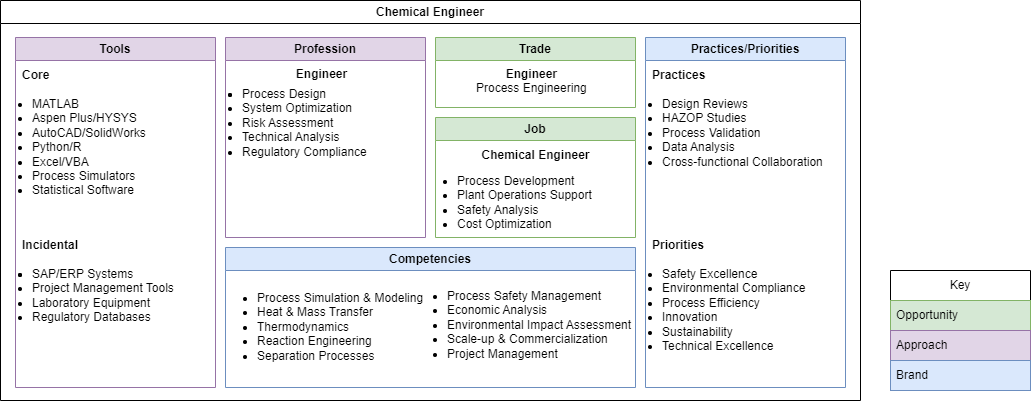
Before: images/careerstop-chemist.drawio.png, a diagram exported from draw.io (pgaljan/pgaljan.github.io). Source tidied: cells renumbered, new cells last; positions are measured from the earlier drawing's top-left corner, leaving out a move shared by most shapes.
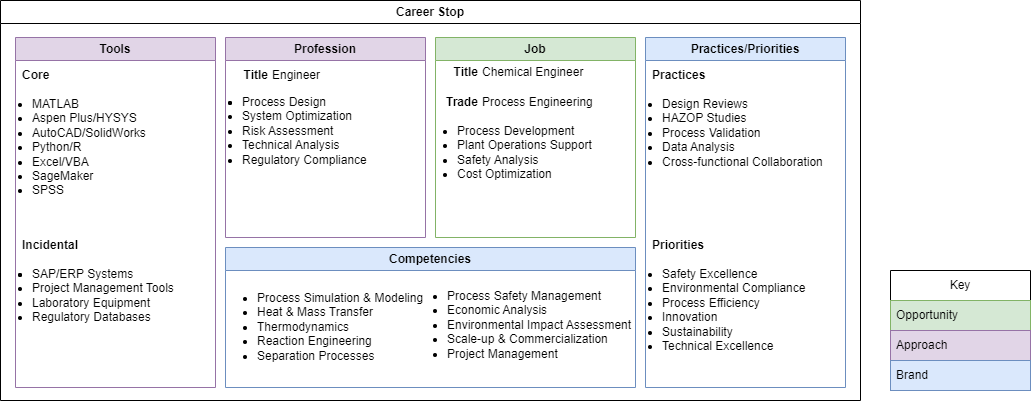
The same file after the commit.

Diff of the diagram source:
```diff
@@ -1,11 +1,11 @@
 <mxGraphModel>
   <root>
-    <mxCell id="0" />
-    <mxCell id="1" parent="0" />
-    <mxCell id="2" value="Chemical Engineer" style="swimlane;whiteSpace=wrap;html=1;" parent="1" vertex="1">
-      <mxGeometry width="860" height="400" as="geometry" />
-    </mxCell>
+    <mxCell id="28" />
+    <mxCell id="29" parent="28" />
+    <mxCell id="30" value="Career Stop" style="swimlane;whiteSpace=wrap;html=1;" parent="29" vertex="1">
+      <mxGeometry width="860" height="400" as="geometry" />
+    </mxCell>
-    <mxCell id="3" value="Tools" style="swimlane;whiteSpace=wrap;html=1;fillColor=#e1d5e7;strokeColor=#9673a6;" parent="2" vertex="1">
+    <mxCell id="3" value="Tools" style="swimlane;whiteSpace=wrap;html=1;fillColor=#e1d5e7;strokeColor=#9673a6;" parent="30" vertex="1">
       <mxGeometry x="15" y="37" width="200" height="350" as="geometry" />
     </mxCell>
     <mxCell id="4" value="Core" style="text;html=1;align=left;verticalAlign=middle;whiteSpace=wrap;rounded=0;fontStyle=1;" parent="3" vertex="1">
@@ -14,22 +14,10 @@
     <mxCell id="5" value="Incidental" style="text;html=1;align=left;verticalAlign=middle;whiteSpace=wrap;rounded=0;fontStyle=1;" parent="3" vertex="1">
       <mxGeometry x="5" y="193" width="60" height="30" as="geometry" />
     </mxCell>
-    <mxCell id="6" value="&lt;ul style=&quot;padding-left: 10px; margin-top: 0px; margin-bottom: 0px;&quot;&gt;&lt;li&gt;&lt;span style=&quot;background-color: initial;&quot;&gt;MATLAB&lt;/span&gt;&lt;br&gt;&lt;/li&gt;&lt;li&gt;Aspen Plus/HYSYS&lt;/li&gt;&lt;li&gt;AutoCAD/SolidWorks&lt;/li&gt;&lt;li&gt;Python/R&lt;/li&gt;&lt;li&gt;Excel/VBA&lt;/li&gt;&lt;li&gt;Process Simulators&lt;/li&gt;&lt;li&gt;Statistical Software&lt;br&gt;&lt;/li&gt;&lt;/ul&gt;" style="text;html=1;align=left;verticalAlign=top;whiteSpace=wrap;rounded=0;" parent="3" vertex="1">
-      <mxGeometry x="5" y="53" width="190" height="117" as="geometry" />
-    </mxCell>
-    <mxCell id="7" value="&lt;ul style=&quot;padding-left: 10px; margin-top: 0px; margin-bottom: 0px;&quot;&gt;&lt;li&gt;&lt;li&gt;SAP/ERP Systems&lt;/li&gt;&lt;li&gt;Project Management Tools&lt;/li&gt;&lt;li&gt;Laboratory Equipment&lt;/li&gt;&lt;li&gt;Regulatory Databases&lt;/li&gt;&lt;/li&gt;&lt;/ul&gt;" style="text;html=1;align=left;verticalAlign=top;whiteSpace=wrap;rounded=0;" parent="3" vertex="1">
-      <mxGeometry x="5" y="223" width="190" height="117" as="geometry" />
-    </mxCell>
-    <mxCell id="8" value="Competencies" style="swimlane;whiteSpace=wrap;html=1;fillColor=#dae8fc;strokeColor=#6c8ebf;" parent="2" vertex="1">
+    <mxCell id="8" value="Competencies" style="swimlane;whiteSpace=wrap;html=1;fillColor=#dae8fc;strokeColor=#6c8ebf;" parent="30" vertex="1">
       <mxGeometry x="225" y="247" width="410" height="140" as="geometry" />
     </mxCell>
-    <mxCell id="9" value="&lt;ul style=&quot;padding-left: 10px; margin-top: 0px; margin-bottom: 0px;&quot;&gt;&lt;li&gt;&lt;span style=&quot;background-color: initial;&quot;&gt;Process Simulation &amp;amp; Modeling&lt;/span&gt;&lt;br&gt;&lt;/li&gt;&lt;li&gt;Heat &amp;amp; Mass Transfer&lt;/li&gt;&lt;li&gt;Thermodynamics&lt;/li&gt;&lt;li&gt;Reaction Engineering&lt;/li&gt;&lt;li&gt;Separation Processes&lt;/li&gt;&lt;/ul&gt;" style="text;html=1;align=left;verticalAlign=top;whiteSpace=wrap;rounded=0;" parent="8" vertex="1">
-      <mxGeometry x="20" y="36.5" width="190" height="70" as="geometry" />
-    </mxCell>
-    <mxCell id="10" value="&lt;ul style=&quot;padding-left: 10px; margin-top: 0px; margin-bottom: 0px;&quot;&gt;&lt;li&gt;&lt;span style=&quot;background-color: initial;&quot;&gt;Process Safety Management&lt;/span&gt;&lt;br&gt;&lt;/li&gt;&lt;li&gt;Economic Analysis&lt;/li&gt;&lt;li&gt;Environmental Impact Assessment&lt;/li&gt;&lt;li&gt;Scale-up &amp;amp; Commercialization&lt;/li&gt;&lt;li&gt;Project Management&lt;/li&gt;&lt;/ul&gt;" style="text;html=1;align=left;verticalAlign=top;whiteSpace=wrap;rounded=0;" parent="8" vertex="1">
-      <mxGeometry x="210" y="35" width="200" height="70" as="geometry" />
-    </mxCell>
-    <mxCell id="11" value="Practices/Priorities" style="swimlane;whiteSpace=wrap;html=1;fillColor=#dae8fc;strokeColor=#6c8ebf;" parent="2" vertex="1">
+    <mxCell id="11" value="Practices/Priorities" style="swimlane;whiteSpace=wrap;html=1;fillColor=#dae8fc;strokeColor=#6c8ebf;" parent="30" vertex="1">
       <mxGeometry x="645" y="37" width="200" height="350" as="geometry" />
     </mxCell>
     <mxCell id="12" value="Practices" style="text;html=1;align=left;verticalAlign=middle;whiteSpace=wrap;rounded=0;fontStyle=1;" parent="11" vertex="1">
@@ -38,37 +26,55 @@
     <mxCell id="13" value="Priorities" style="text;html=1;align=left;verticalAlign=middle;whiteSpace=wrap;rounded=0;fontStyle=1;" parent="11" vertex="1">
       <mxGeometry x="5" y="193" width="60" height="30" as="geometry" />
     </mxCell>
+    <mxCell id="16" value="Profession" style="swimlane;whiteSpace=wrap;html=1;fillColor=#e1d5e7;strokeColor=#9673a6;" parent="30" vertex="1">
+      <mxGeometry x="225" y="37" width="200" height="200" as="geometry" />
+    </mxCell>
+    <mxCell id="31" value="Title" style="text;html=1;align=right;verticalAlign=middle;whiteSpace=wrap;rounded=0;fontStyle=1;" parent="16" vertex="1">
+      <mxGeometry x="5" y="23" width="40" height="30" as="geometry" />
+    </mxCell>
+    <mxCell id="17" value="&lt;ul style=&quot;padding-left: 10px; margin-top: 0px; margin-bottom: 0px;&quot;&gt;&lt;li&gt;&lt;li&gt;Process Design&lt;/li&gt;&lt;li&gt;System Optimization&lt;/li&gt;&lt;li&gt;Risk Assessment&lt;/li&gt;&lt;li&gt;Technical Analysis&lt;/li&gt;&lt;li&gt;Regulatory Compliance&lt;/li&gt;&lt;/li&gt;&lt;/ul&gt;" style="text;html=1;align=left;verticalAlign=top;whiteSpace=wrap;rounded=0;" parent="16" vertex="1">
+      <mxGeometry x="5" y="50.5" width="190" height="87" as="geometry" />
+    </mxCell>
+    <mxCell id="18" value="Engineer" style="text;html=1;align=left;verticalAlign=middle;whiteSpace=wrap;rounded=0;fontStyle=0;" parent="16" vertex="1">
+      <mxGeometry x="45" y="23" width="125" height="30" as="geometry" />
+    </mxCell>
+    <mxCell id="21" value="Job" style="swimlane;whiteSpace=wrap;html=1;fillColor=#d5e8d4;strokeColor=#82b366;" parent="30" vertex="1">
+      <mxGeometry x="435" y="37" width="200" height="200" as="geometry" />
+    </mxCell>
+    <mxCell id="32" value="Title" style="text;html=1;align=right;verticalAlign=middle;whiteSpace=wrap;rounded=0;fontStyle=1;" parent="21" vertex="1">
+      <mxGeometry x="5" y="20" width="40" height="30" as="geometry" />
+    </mxCell>
+    <mxCell id="19" value="Trade" style="text;html=1;align=right;verticalAlign=middle;whiteSpace=wrap;rounded=0;fontStyle=1;" parent="21" vertex="1">
+      <mxGeometry x="5" y="50" width="40" height="30" as="geometry" />
+    </mxCell>
+    <mxCell id="22" value="&lt;ul style=&quot;padding-left: 10px; margin-top: 0px; margin-bottom: 0px;&quot;&gt;&lt;li&gt;Process Development&lt;/li&gt;&lt;li&gt;Plant Operations Support&lt;/li&gt;&lt;li&gt;Safety Analysis&lt;/li&gt;&lt;li&gt;Cost Optimization&lt;/li&gt;&lt;/ul&gt;" style="text;html=1;align=left;verticalAlign=top;whiteSpace=wrap;rounded=0;" parent="21" vertex="1">
+      <mxGeometry x="10" y="80" width="190" height="70" as="geometry" />
+    </mxCell>
+    <mxCell id="33" value="Chemical Engineer" style="text;html=1;align=left;verticalAlign=middle;whiteSpace=wrap;rounded=0;fontStyle=0;" parent="21" vertex="1">
+      <mxGeometry x="45" y="20" width="135" height="30" as="geometry" />
+    </mxCell>
+    <mxCell id="34" value="Process Engineering" style="text;html=1;align=left;verticalAlign=middle;whiteSpace=wrap;rounded=0;" parent="21" vertex="1">
+      <mxGeometry x="45" y="50" width="130" height="30" as="geometry" />
+    </mxCell>
+    <mxCell id="35" value="&lt;ul style=&quot;padding-left: 10px; margin-top: 0px; margin-bottom: 0px;&quot;&gt;&lt;li&gt;&lt;span style=&quot;background-color: initial;&quot;&gt;MATLAB&lt;/span&gt;&lt;br&gt;&lt;/li&gt;&lt;li&gt;Aspen Plus/HYSYS&lt;/li&gt;&lt;li&gt;AutoCAD/SolidWorks&lt;/li&gt;&lt;li&gt;Python/R&lt;/li&gt;&lt;li&gt;Excel/VBA&lt;/li&gt;&lt;li&gt;&lt;span style=&quot;background-color: initial;&quot;&gt;SageMaker&lt;/span&gt;&lt;/li&gt;&lt;li&gt;&lt;span style=&quot;background-color: initial;&quot;&gt;SPSS&lt;/span&gt;&lt;br&gt;&lt;/li&gt;&lt;/ul&gt;" style="text;html=1;align=left;verticalAlign=top;whiteSpace=wrap;rounded=0;" parent="29" vertex="1">
+      <mxGeometry x="20" y="90" width="190" height="117" as="geometry" />
+    </mxCell>
+    <mxCell id="7" value="&lt;ul style=&quot;padding-left: 10px; margin-top: 0px; margin-bottom: 0px;&quot;&gt;&lt;li&gt;&lt;li&gt;SAP/ERP Systems&lt;/li&gt;&lt;li&gt;Project Management Tools&lt;/li&gt;&lt;li&gt;Laboratory Equipment&lt;/li&gt;&lt;li&gt;Regulatory Databases&lt;/li&gt;&lt;/li&gt;&lt;/ul&gt;" style="text;html=1;align=left;verticalAlign=top;whiteSpace=wrap;rounded=0;" parent="29" vertex="1">
+      <mxGeometry x="20" y="260" width="190" height="117" as="geometry" />
+    </mxCell>
+    <mxCell id="9" value="&lt;ul style=&quot;padding-left: 10px; margin-top: 0px; margin-bottom: 0px;&quot;&gt;&lt;li&gt;&lt;span style=&quot;background-color: initial;&quot;&gt;Process Simulation &amp;amp; Modeling&lt;/span&gt;&lt;br&gt;&lt;/li&gt;&lt;li&gt;Heat &amp;amp; Mass Transfer&lt;/li&gt;&lt;li&gt;Thermodynamics&lt;/li&gt;&lt;li&gt;Reaction Engineering&lt;/li&gt;&lt;li&gt;Separation Processes&lt;/li&gt;&lt;/ul&gt;" style="text;html=1;align=left;verticalAlign=top;whiteSpace=wrap;rounded=0;" parent="29" vertex="1">
+      <mxGeometry x="245" y="283.5" width="190" height="70" as="geometry" />
+    </mxCell>
+    <mxCell id="10" value="&lt;ul style=&quot;padding-left: 10px; margin-top: 0px; margin-bottom: 0px;&quot;&gt;&lt;li&gt;&lt;span style=&quot;background-color: initial;&quot;&gt;Process Safety Management&lt;/span&gt;&lt;br&gt;&lt;/li&gt;&lt;li&gt;Economic Analysis&lt;/li&gt;&lt;li&gt;Environmental Impact Assessment&lt;/li&gt;&lt;li&gt;Scale-up &amp;amp; Commercialization&lt;/li&gt;&lt;li&gt;Project Management&lt;/li&gt;&lt;/ul&gt;" style="text;html=1;align=left;verticalAlign=top;whiteSpace=wrap;rounded=0;" parent="29" vertex="1">
+      <mxGeometry x="435" y="282" width="200" height="70" as="geometry" />
+    </mxCell>
-    <mxCell id="14" value="&lt;ul style=&quot;padding-left: 10px; margin-top: 0px; margin-bottom: 0px;&quot;&gt;&lt;li&gt;&lt;span style=&quot;background-color: initial;&quot;&gt;Design Reviews&lt;/span&gt;&lt;br&gt;&lt;/li&gt;&lt;li&gt;HAZOP Studies&lt;/li&gt;&lt;li&gt;Process Validation&lt;/li&gt;&lt;li&gt;Data Analysis&lt;/li&gt;&lt;li&gt;Cross-functional Collaboration&lt;/li&gt;&lt;/ul&gt;" style="text;html=1;align=left;verticalAlign=top;whiteSpace=wrap;rounded=0;" parent="11" vertex="1">
-      <mxGeometry x="5" y="53" width="190" height="117" as="geometry" />
+    <mxCell id="14" value="&lt;ul style=&quot;padding-left: 10px; margin-top: 0px; margin-bottom: 0px;&quot;&gt;&lt;li&gt;&lt;span style=&quot;background-color: initial;&quot;&gt;Design Reviews&lt;/span&gt;&lt;br&gt;&lt;/li&gt;&lt;li&gt;HAZOP Studies&lt;/li&gt;&lt;li&gt;Process Validation&lt;/li&gt;&lt;li&gt;Data Analysis&lt;/li&gt;&lt;li&gt;Cross-functional Collaboration&lt;/li&gt;&lt;/ul&gt;" style="text;html=1;align=left;verticalAlign=top;whiteSpace=wrap;rounded=0;" parent="29" vertex="1">
+      <mxGeometry x="650" y="90" width="190" height="117" as="geometry" />
     </mxCell>
-    <mxCell id="15" value="&lt;ul style=&quot;padding-left: 10px; margin-top: 0px; margin-bottom: 0px;&quot;&gt;&lt;li&gt;&lt;span style=&quot;background-color: initial;&quot;&gt;Safety Excellence&lt;/span&gt;&lt;br&gt;&lt;/li&gt;&lt;li&gt;Environmental Compliance&lt;/li&gt;&lt;li&gt;Process Efficiency&lt;/li&gt;&lt;li&gt;Innovation&lt;/li&gt;&lt;li&gt;Sustainability&lt;/li&gt;&lt;li&gt;Technical Excellence&lt;/li&gt;&lt;/ul&gt;" style="text;html=1;align=left;verticalAlign=top;whiteSpace=wrap;rounded=0;" parent="11" vertex="1">
-      <mxGeometry x="5" y="223" width="190" height="117" as="geometry" />
+    <mxCell id="15" value="&lt;ul style=&quot;padding-left: 10px; margin-top: 0px; margin-bottom: 0px;&quot;&gt;&lt;li&gt;&lt;span style=&quot;background-color: initial;&quot;&gt;Safety Excellence&lt;/span&gt;&lt;br&gt;&lt;/li&gt;&lt;li&gt;Environmental Compliance&lt;/li&gt;&lt;li&gt;Process Efficiency&lt;/li&gt;&lt;li&gt;Innovation&lt;/li&gt;&lt;li&gt;Sustainability&lt;/li&gt;&lt;li&gt;Technical Excellence&lt;/li&gt;&lt;/ul&gt;" style="text;html=1;align=left;verticalAlign=top;whiteSpace=wrap;rounded=0;" parent="29" vertex="1">
+      <mxGeometry x="650" y="260" width="190" height="117" as="geometry" />
     </mxCell>
-    <mxCell id="16" value="Profession" style="swimlane;whiteSpace=wrap;html=1;fillColor=#e1d5e7;strokeColor=#9673a6;" parent="2" vertex="1">
-      <mxGeometry x="225" y="37" width="200" height="200" as="geometry" />
-    </mxCell>
-    <mxCell id="17" value="&lt;ul style=&quot;padding-left: 10px; margin-top: 0px; margin-bottom: 0px;&quot;&gt;&lt;li&gt;&lt;li&gt;Process Design&lt;/li&gt;&lt;li&gt;System Optimization&lt;/li&gt;&lt;li&gt;Risk Assessment&lt;/li&gt;&lt;li&gt;Technical Analysis&lt;/li&gt;&lt;li&gt;Regulatory Compliance&lt;/li&gt;&lt;/li&gt;&lt;/ul&gt;" style="text;html=1;align=left;verticalAlign=top;whiteSpace=wrap;rounded=0;" parent="16" vertex="1">
-      <mxGeometry x="5" y="43" width="190" height="87" as="geometry" />
-    </mxCell>
-    <mxCell id="18" value="&lt;div style=&quot;&quot;&gt;&lt;b&gt;Engineer&lt;/b&gt;&lt;/div&gt;" style="text;html=1;align=center;verticalAlign=top;whiteSpace=wrap;rounded=0;" parent="16" vertex="1">
-      <mxGeometry y="23" width="192.5" height="25" as="geometry" />
-    </mxCell>
-    <mxCell id="19" value="Trade" style="swimlane;whiteSpace=wrap;html=1;fillColor=#d5e8d4;strokeColor=#82b366;" parent="2" vertex="1">
-      <mxGeometry x="435" y="37" width="200" height="70" as="geometry" />
-    </mxCell>
-    <mxCell id="20" value="&lt;div style=&quot;text-align: center;&quot;&gt;&lt;b&gt;Engineer&lt;/b&gt;&lt;/div&gt;&lt;span style=&quot;background-color: initial;&quot;&gt;&lt;div style=&quot;text-align: center;&quot;&gt;&lt;span style=&quot;background-color: initial;&quot;&gt;Process Engineering&lt;/span&gt;&lt;/div&gt;&lt;/span&gt;" style="text;html=1;align=left;verticalAlign=top;whiteSpace=wrap;rounded=0;" parent="19" vertex="1">
-      <mxGeometry x="38.8" y="23" width="122.5" height="40" as="geometry" />
-    </mxCell>
-    <mxCell id="21" value="Job" style="swimlane;whiteSpace=wrap;html=1;fillColor=#d5e8d4;strokeColor=#82b366;" parent="2" vertex="1">
-      <mxGeometry x="435" y="117" width="200" height="120" as="geometry" />
-    </mxCell>
-    <mxCell id="22" value="&lt;ul style=&quot;padding-left: 10px; margin-top: 0px; margin-bottom: 0px;&quot;&gt;&lt;li&gt;Process Development&lt;/li&gt;&lt;li&gt;Plant Operations Support&lt;/li&gt;&lt;li&gt;Safety Analysis&lt;/li&gt;&lt;li&gt;Cost Optimization&lt;/li&gt;&lt;/ul&gt;" style="text;html=1;align=left;verticalAlign=top;whiteSpace=wrap;rounded=0;" parent="21" vertex="1">
-      <mxGeometry x="10" y="50" width="190" height="70" as="geometry" />
-    </mxCell>
-    <mxCell id="23" value="Chemical Engineer" style="text;html=1;align=center;verticalAlign=middle;whiteSpace=wrap;rounded=0;fontStyle=1;" parent="21" vertex="1">
-      <mxGeometry x="32.5" y="23" width="135" height="30" as="geometry" />
-    </mxCell>
-    <mxCell id="24" value="Key" style="swimlane;fontStyle=0;horizontal=1;startSize=30;whiteSpace=wrap;html=1;" parent="1" vertex="1">
+    <mxCell id="24" value="Key" style="swimlane;fontStyle=0;horizontal=1;startSize=30;whiteSpace=wrap;html=1;" parent="29" vertex="1">
       <mxGeometry x="890" y="270" width="140" height="120" as="geometry" />
     </mxCell>
     <mxCell id="25" value="Opportunity" style="text;strokeColor=#82b366;fillColor=#d5e8d4;align=left;verticalAlign=middle;spacingLeft=4;spacingRight=4;overflow=hidden;whiteSpace=wrap;html=1;" parent="24" vertex="1">
```
